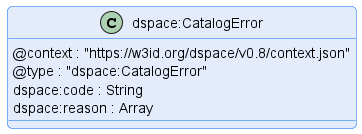
Above: catalog/message/diagram/catalog-error.png in International-Data-Spaces-Association/ids-specification (PlantUML), before the change.
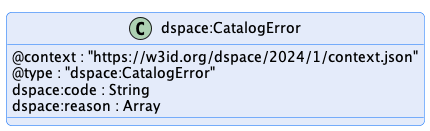
Later version of the same file.

Diff of the diagram source:
```diff
@@ -1,4 +1,4 @@
-@startuml "catalog-error-message"
+@startuml "catalog-error"
 !pragma layout smetana
 
 !include ../../../common/style/diagram.styles.puml
@@ -7,7 +7,7 @@
 
 
 class "dspace:CatalogError" {
-    @context : "https://w3id.org/dspace/v0.8/context.json"
+    @context : "https://w3id.org/dspace/2024/1/context.json"
     @type : "dspace:CatalogError"
     dspace:code : String
     dspace:reason : Array
```
